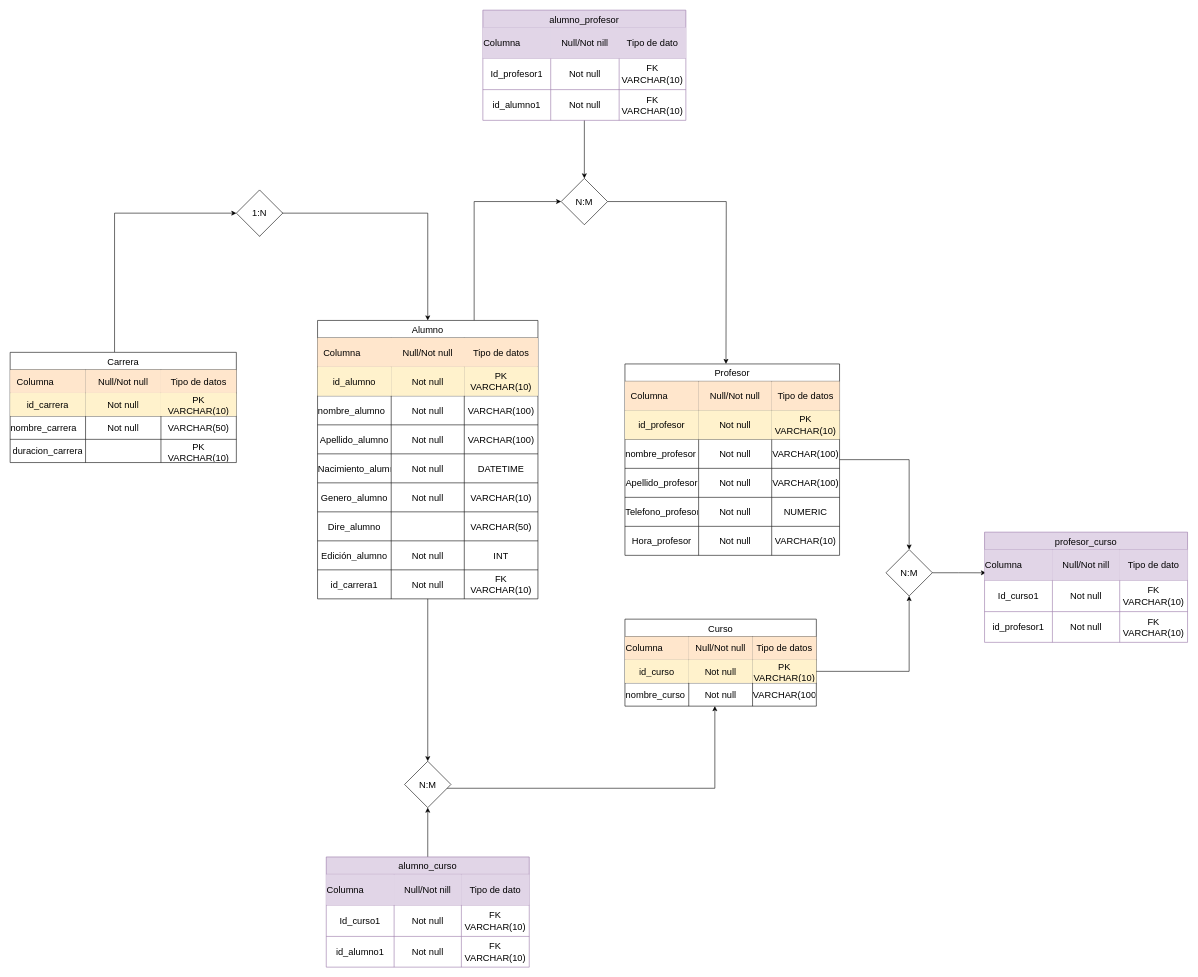
Before: Diagrama sin título.drawio in orlancegv/PracticaArauanesSQL, a draw.io diagram. Source tidied: cells renumbered, new cells numbered last; positions are measured from the earlier drawing's top-left corner, leaving out a move shared by most shapes. Both pictures are drawn from the tidied source at 58%, with x=0, y=0 at pixel (10, 10).
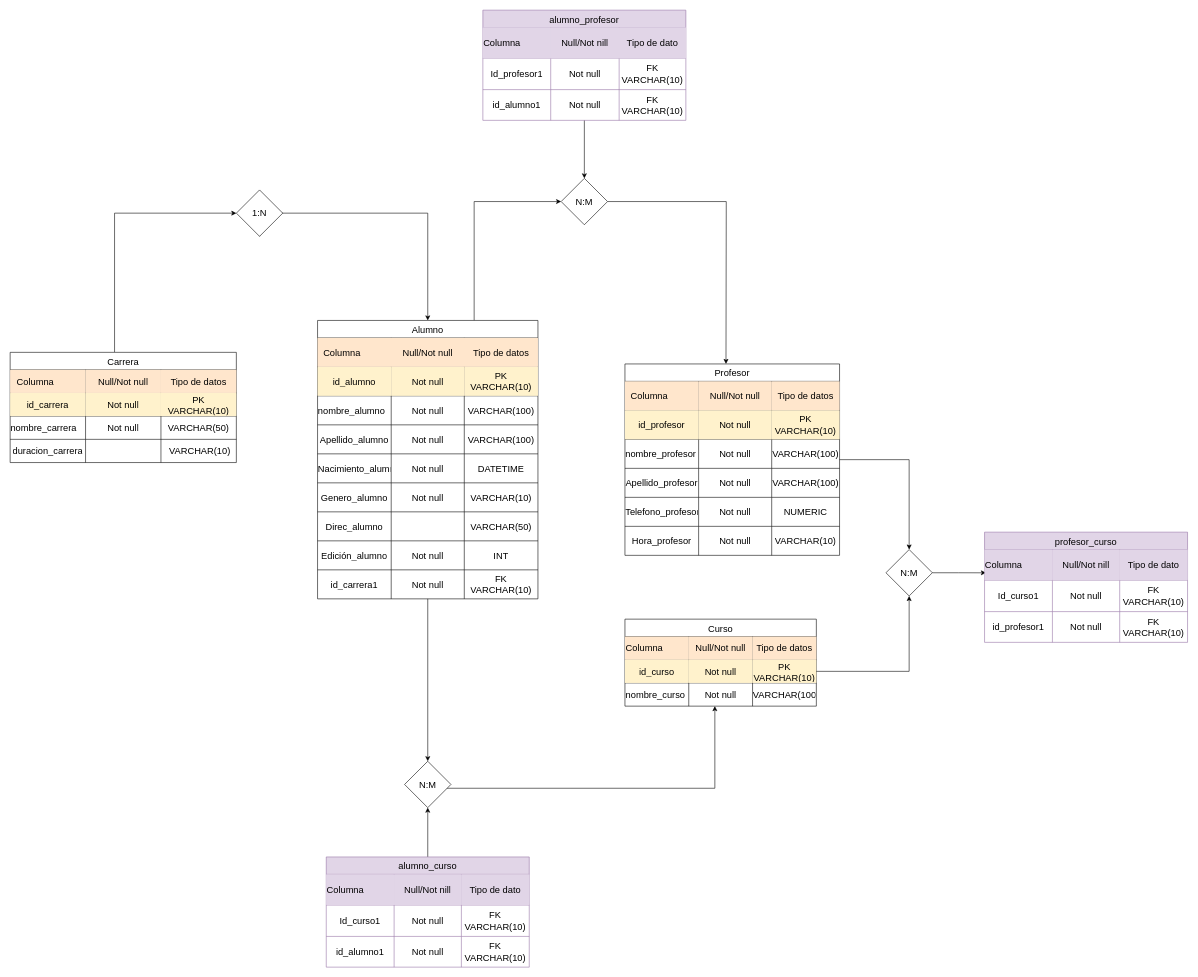
The same page after the edit.

The change refers to these unchanged cells:
```xml
<mxCell id="68" style="shape=tableRow;horizontal=0;startSize=0;swimlaneHead=0;swimlaneBody=0;strokeColor=inherit;top=0;left=0;bottom=0;right=0;fillColor=none;fontSize=16;" parent="43" vertex="1">
  <mxGeometry y="330" width="380" height="50" as="geometry" />
</mxCell>
<mxCell id="94" style="shape=tableRow;horizontal=0;startSize=0;swimlaneHead=0;swimlaneBody=0;strokeColor=inherit;top=0;left=0;bottom=0;right=0;fillColor=none;fontSize=16;" parent="81" vertex="1">
  <mxGeometry y="150" width="390" height="40" as="geometry" />
</mxCell>
```

Diff of the diagram source:
```diff
@@
-    <mxCell id="69" value="Dire_alumno" style="shape=partialRectangle;html=1;whiteSpace=wrap;strokeColor=inherit;overflow=hidden;fillColor=none;top=0;left=0;bottom=0;right=0;fontSize=16;" parent="68" vertex="1">
+    <mxCell id="69" value="Direc_alumno" style="shape=partialRectangle;html=1;whiteSpace=wrap;strokeColor=inherit;overflow=hidden;fillColor=none;top=0;left=0;bottom=0;right=0;fontSize=16;" parent="68" vertex="1">
       <mxGeometry width="127" height="50" as="geometry" />
     </mxCell>
@@
-    <mxCell id="97" value="PK VARCHAR(10)" style="shape=partialRectangle;html=1;whiteSpace=wrap;strokeColor=inherit;overflow=hidden;fillColor=none;top=0;left=0;bottom=0;right=0;fontSize=16;" parent="94" vertex="1">
+    <mxCell id="97" value="&amp;nbsp;VARCHAR(10)" style="shape=partialRectangle;html=1;whiteSpace=wrap;strokeColor=inherit;overflow=hidden;fillColor=none;top=0;left=0;bottom=0;right=0;fontSize=16;" parent="94" vertex="1">
       <mxGeometry x="260" width="130" height="40" as="geometry" />
     </mxCell>
```
